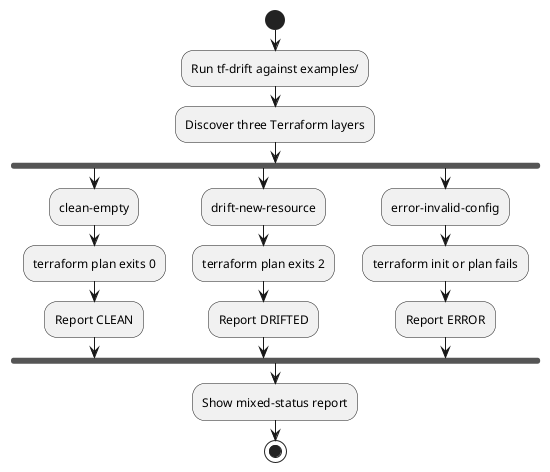
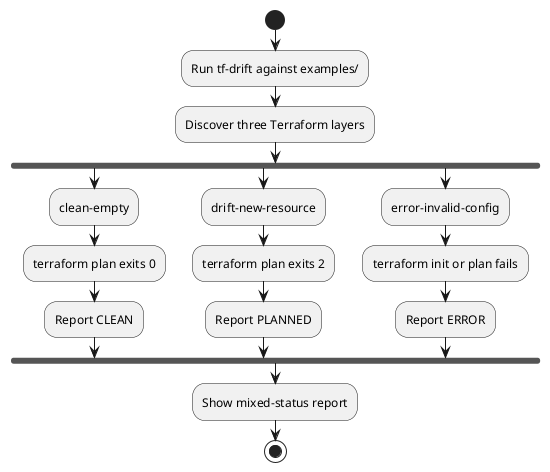
@startuml
skinparam backgroundColor transparent
skinparam defaultTextAlignment center

start
:Run tf-drift against examples/;
:Discover three Terraform layers;
fork
  :clean-empty;
  :terraform plan exits 0;
  :Report CLEAN;
fork again
  :drift-new-resource;
  :terraform plan exits 2;
-   :Report DRIFTED;
+   :Report PLANNED;
fork again
  :error-invalid-config;
  :terraform init or plan fails;
  :Report ERROR;
end fork
:Show mixed-status report;
stop
@enduml
